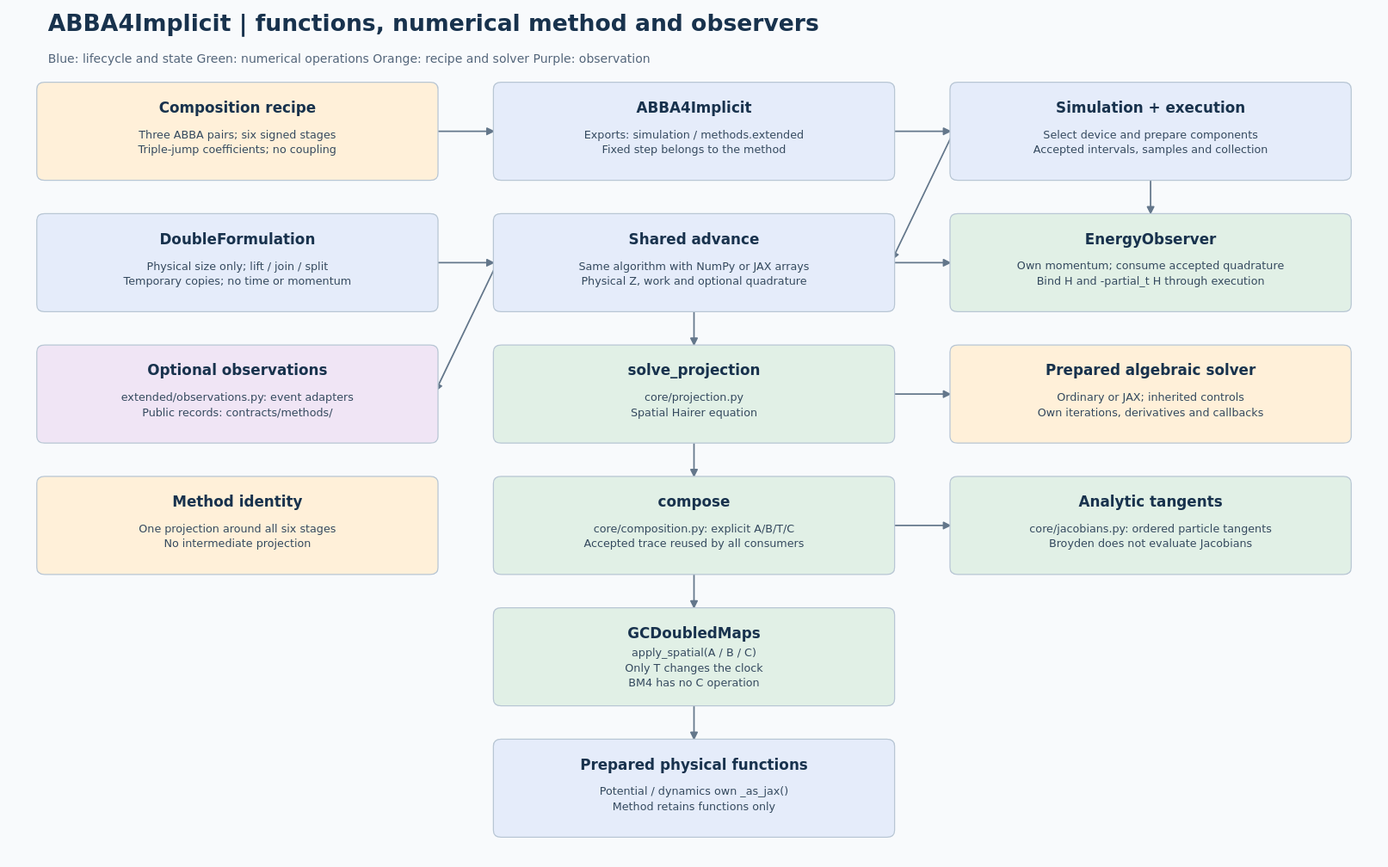
Before: docs/models/abba4-implicit/simulation/abba4-implicit-simulation-architecture.svg, a diagram exported from PlantUML (Jugibe-52/GC2D_intranet). Its source is kept beside it as docs/models/abba4-implicit/simulation/abba4-implicit-simulation-architecture.puml. Its diagram source:
```plantuml
@startdot
digraph architecture {
  graph [rankdir=TB, bgcolor="#f8fafc"];
  node [shape=box, style="rounded,filled", fontname="DejaVu Sans"];
  recipe [label="Composition recipe\nThree ABBA pairs; six signed stages\nTriple-jump coefficients; no coupling", fillcolor="#fff0d9"];
  method [label="ABBA4Implicit\nExports: simulation / methods.extended\nFixed step belongs to the method", fillcolor="#e5ecfa"];
  driver [label="Simulation + execution\nSelect device and prepare components\nAccepted intervals, samples and collection", fillcolor="#e5ecfa"];
  state [label="DoubleFormulation\nPhysical size only; lift / join / split\nTemporary copies; no time or momentum", fillcolor="#e5ecfa"];
  advance [label="Shared advance\nSame algorithm with NumPy or JAX arrays\nPhysical Z, work and optional quadrature", fillcolor="#e5ecfa"];
  energy [label="EnergyObserver\nOwn momentum; consume accepted quadrature\nBind H and -partial_t H through execution", fillcolor="#e1f0e6"];
  observe [label="Optional observations\nextended/observations.py: event adapters\nPublic records: contracts/methods/", fillcolor="#f0e5f5"];
  projection [label="solve_projection\ncore/projection.py\nSpatial Hairer equation", fillcolor="#e1f0e6"];
  solver [label="Prepared algebraic solver\nOrdinary or JAX; inherited controls\nOwn iterations, derivatives and callbacks", fillcolor="#fff0d9"];
  placement [label="Method identity\nOne projection around all six stages\nNo intermediate projection", fillcolor="#fff0d9"];
  compose [label="compose\ncore/composition.py: explicit A/B/T/C\nAccepted trace reused by all consumers", fillcolor="#e1f0e6"];
  tangent [label="Analytic tangents\ncore/jacobians.py: ordered particle tangents\nBroyden does not evaluate Jacobians", fillcolor="#e1f0e6"];
  maps [label="GCDoubledMaps\napply_spatial(A / B / C)\nOnly T changes the clock\nBM4 has no C operation", fillcolor="#e1f0e6"];
  dynamics [label="Prepared physical functions\nPotential / dynamics own _as_jax()\nMethod retains functions only", fillcolor="#e5ecfa"];
  recipe -> method;
  method -> driver;
  driver -> advance;
  state -> advance;
  advance -> projection;
  driver -> energy;
  advance -> energy;
  advance -> observe;
  projection -> compose;
  projection -> solver;
  compose -> tangent;
  compose -> maps;
  maps -> dynamics;
}
@enddot
```
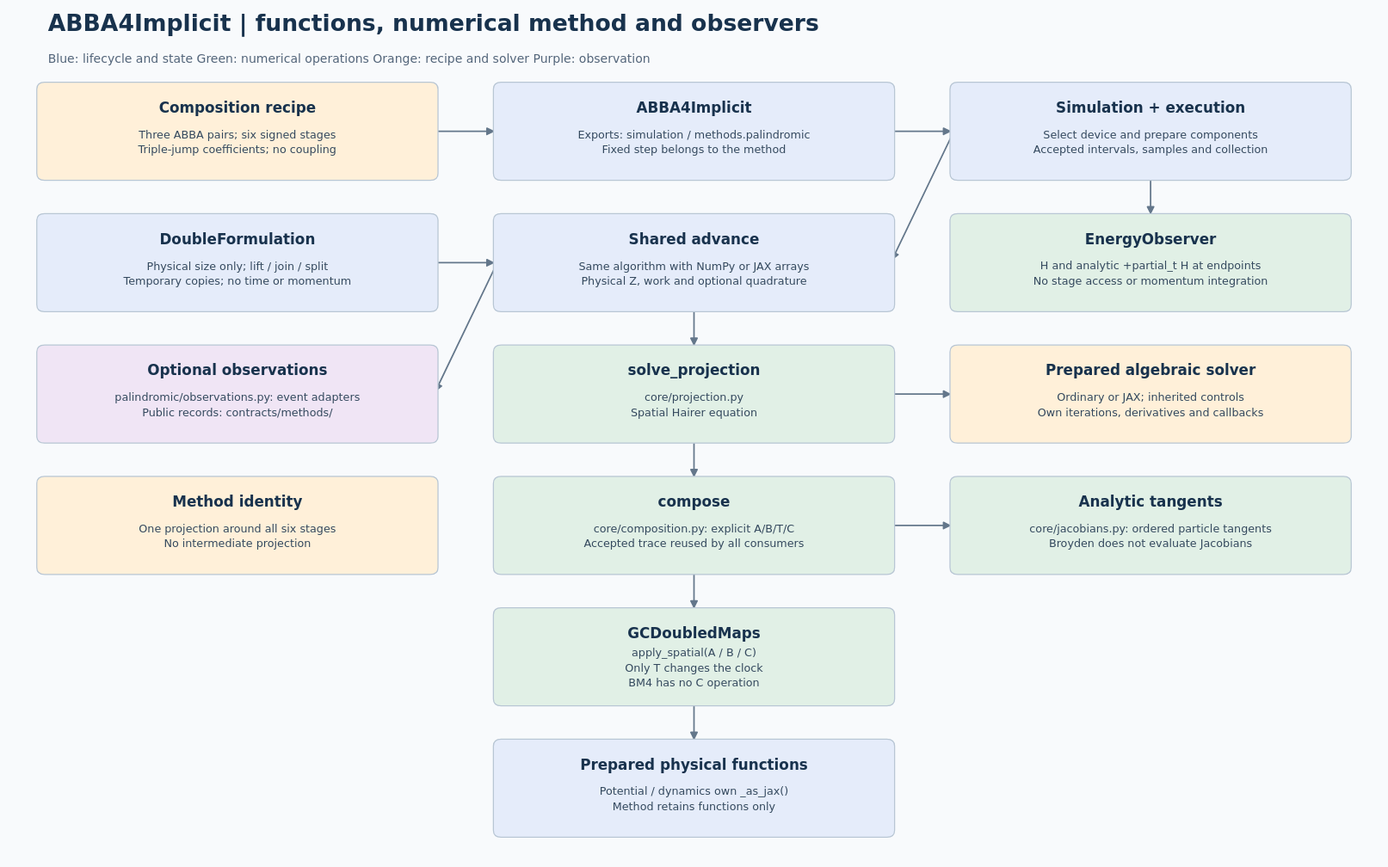
Later version of the same file.

What changed in the source:
```diff
@@ -3,12 +3,12 @@
   graph [rankdir=TB, bgcolor="#f8fafc"];
   node [shape=box, style="rounded,filled", fontname="DejaVu Sans"];
   recipe [label="Composition recipe\nThree ABBA pairs; six signed stages\nTriple-jump coefficients; no coupling", fillcolor="#fff0d9"];
-  method [label="ABBA4Implicit\nExports: simulation / methods.extended\nFixed step belongs to the method", fillcolor="#e5ecfa"];
+  method [label="ABBA4Implicit\nExports: simulation / methods.palindromic\nFixed step belongs to the method", fillcolor="#e5ecfa"];
   driver [label="Simulation + execution\nSelect device and prepare components\nAccepted intervals, samples and collection", fillcolor="#e5ecfa"];
   state [label="DoubleFormulation\nPhysical size only; lift / join / split\nTemporary copies; no time or momentum", fillcolor="#e5ecfa"];
   advance [label="Shared advance\nSame algorithm with NumPy or JAX arrays\nPhysical Z, work and optional quadrature", fillcolor="#e5ecfa"];
-  energy [label="EnergyObserver\nOwn momentum; consume accepted quadrature\nBind H and -partial_t H through execution", fillcolor="#e1f0e6"];
-  observe [label="Optional observations\nextended/observations.py: event adapters\nPublic records: contracts/methods/", fillcolor="#f0e5f5"];
+  energy [label="EnergyObserver\nH and analytic +partial_t H at endpoints\nNo stage access or momentum integration", fillcolor="#e1f0e6"];
+  observe [label="Optional observations\npalindromic/observations.py: event adapters\nPublic records: contracts/methods/", fillcolor="#f0e5f5"];
   projection [label="solve_projection\ncore/projection.py\nSpatial Hairer equation", fillcolor="#e1f0e6"];
   solver [label="Prepared algebraic solver\nOrdinary or JAX; inherited controls\nOwn iterations, derivatives and callbacks", fillcolor="#fff0d9"];
   placement [label="Method identity\nOne projection around all six stages\nNo intermediate projection", fillcolor="#fff0d9"];
@@ -22,7 +22,6 @@
   state -> advance;
   advance -> projection;
   driver -> energy;
-  advance -> energy;
   advance -> observe;
   projection -> compose;
   projection -> solver;
```
